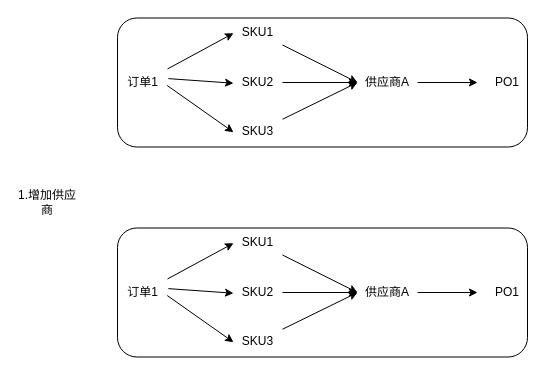
The draw.io diagram 新建PO流程.drawio in yyzim/my_drawio, before the edit. Source tidied: cells renumbered, new cells numbered last; positions are measured from the earlier drawing's top-left corner, leaving out a move shared by most shapes. Both pictures are drawn from the tidied source at 100%, with x=0, y=0 at pixel (17, 17).
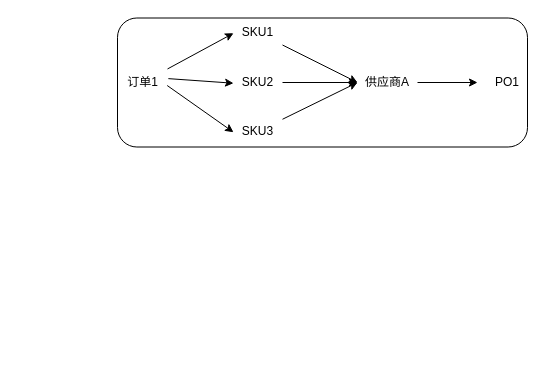
The same diagram, later.

Commit message (it also covers changes not shown here):
更新新建PO流程.drawio

Change to the diagram source:
```diff
@@
-    <mxCell id="16" value="1.增加供应商" style="text;html=1;align=center;verticalAlign=middle;whiteSpace=wrap;rounded=0;" parent="1" vertex="1">
-      <mxGeometry y="170" width="60" height="30" as="geometry" />
-    </mxCell>
-    <mxCell id="17" style="rounded=1;whiteSpace=wrap;html=1;" parent="1" vertex="1">
-      <mxGeometry x="100" y="210.5" width="410" height="129" as="geometry" />
-    </mxCell>
-    <mxCell id="18" style="edgeStyle=none;rounded=0;jettySize=auto;html=1;" parent="1" edge="1" source="19" target="30">
-      <mxGeometry relative="1" as="geometry" />
-    </mxCell>
-    <mxCell id="19" value="供应商A" style="text;html=1;align=center;verticalAlign=middle;whiteSpace=wrap;rounded=0;" parent="1" vertex="1">
-      <mxGeometry x="340" y="260" width="60" height="30" as="geometry" />
-    </mxCell>
-    <mxCell id="20" value="订单1" style="text;html=1;align=center;verticalAlign=middle;points=[];strokeColor=none;fillColor=none;" parent="1" vertex="1">
-      <mxGeometry x="100" y="260" width="50" height="30" as="geometry" />
-    </mxCell>
-    <mxCell id="21" style="edgeStyle=none;rounded=0;jettySize=auto;html=1;entryX=0;entryY=0.5;entryDx=0;entryDy=0;" parent="1" edge="1" source="22" target="19">
-      <mxGeometry relative="1" as="geometry" />
-    </mxCell>
-    <mxCell id="22" value="SKU1" style="text;html=1;align=center;verticalAlign=middle;points=[];strokeColor=none;fillColor=none;" parent="1" vertex="1">
-      <mxGeometry x="215" y="210" width="50" height="30" as="geometry" />
-    </mxCell>
-    <mxCell id="23" style="rounded=0;jettySize=auto;html=1;entryX=0.02;entryY=0.524;entryDx=0;entryDy=0;entryPerimeter=0;" parent="1" edge="1" source="20" target="22">
-      <mxGeometry relative="1" as="geometry" />
-    </mxCell>
-    <mxCell id="24" style="edgeStyle=none;rounded=0;jettySize=auto;html=1;entryX=0;entryY=0.5;entryDx=0;entryDy=0;" parent="1" edge="1" source="25" target="19">
-      <mxGeometry relative="1" as="geometry" />
-    </mxCell>
-    <mxCell id="25" value="SKU2" style="text;html=1;align=center;verticalAlign=middle;points=[];strokeColor=none;fillColor=none;" parent="1" vertex="1">
-      <mxGeometry x="215" y="260" width="50" height="30" as="geometry" />
-    </mxCell>
-    <mxCell id="26" style="rounded=0;jettySize=auto;html=1;entryX=0.02;entryY=0.524;entryDx=0;entryDy=0;entryPerimeter=0;exitX=1.017;exitY=0.371;exitDx=0;exitDy=0;exitPerimeter=0;" parent="1" edge="1" source="20" target="25">
-      <mxGeometry relative="1" as="geometry" />
-    </mxCell>
-    <mxCell id="27" style="edgeStyle=none;rounded=0;jettySize=auto;html=1;entryX=0;entryY=0.5;entryDx=0;entryDy=0;" parent="1" edge="1" source="28" target="19">
-      <mxGeometry relative="1" as="geometry" />
-    </mxCell>
-    <mxCell id="28" value="SKU3" style="text;html=1;align=center;verticalAlign=middle;points=[];strokeColor=none;fillColor=none;" parent="1" vertex="1">
-      <mxGeometry x="215" y="309" width="50" height="30" as="geometry" />
-    </mxCell>
-    <mxCell id="29" style="rounded=0;jettySize=auto;html=1;entryX=0.02;entryY=0.524;entryDx=0;entryDy=0;entryPerimeter=0;exitX=0.994;exitY=0.6;exitDx=0;exitDy=0;exitPerimeter=0;" parent="1" edge="1" source="20" target="28">
-      <mxGeometry relative="1" as="geometry" />
-    </mxCell>
-    <mxCell id="30" value="PO1" style="text;html=1;align=center;verticalAlign=middle;whiteSpace=wrap;rounded=0;" parent="1" vertex="1">
-      <mxGeometry x="460" y="260" width="60" height="30" as="geometry" />
-    </mxCell>
```
